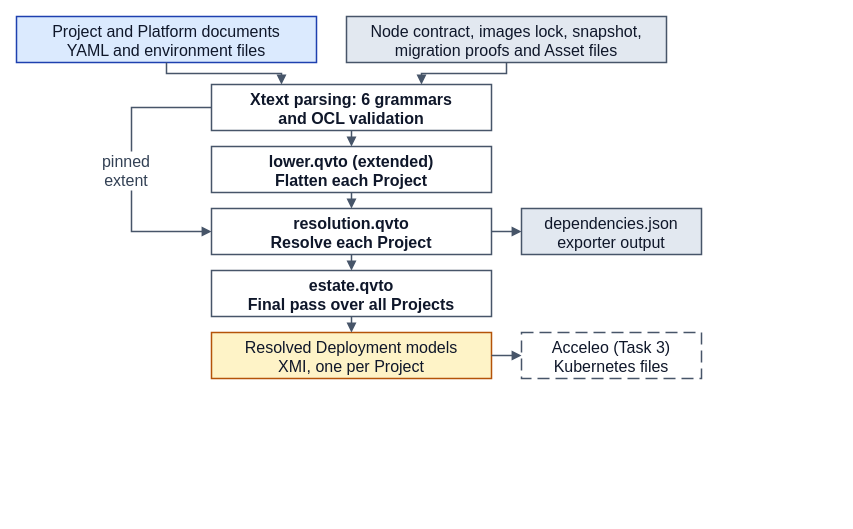
This is docs/mde/task-2-transformations/Figures/pipeline.drawio from JorisJonkers-dev/deploy-kit, a draw.io file, before an edit. Source tidied: cells renumbered, new cells numbered last; positions are measured from the earlier drawing's top-left corner, leaving out a move shared by most shapes. Both pictures are drawn from the tidied source at 100%, with x=0, y=0 at pixel (16, 16).
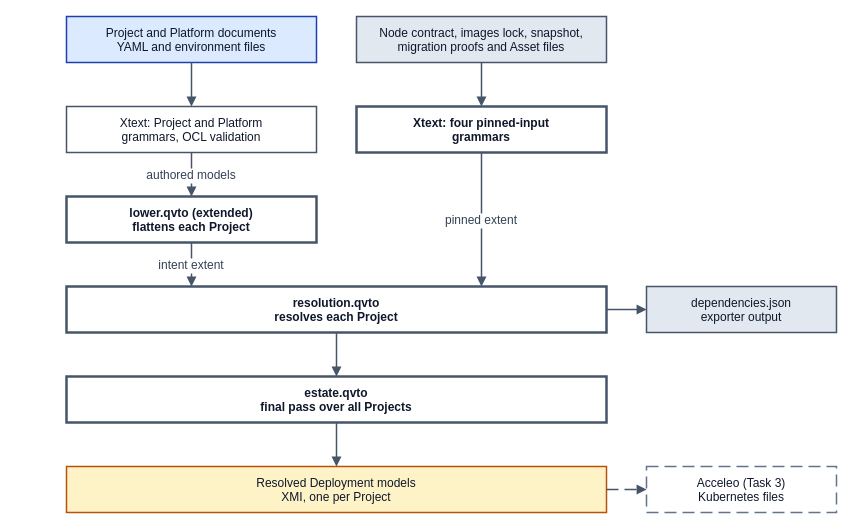
The same page after the edit.

What changed in the source:
```diff
@@
-    <mxCell id="2" value="Project and Platform documents&#10;YAML and environment files" style="rounded=0;whiteSpace=nowrap;html=0;align=center;verticalAlign=middle;fillColor=#dbeafe;strokeColor=#1e40af;strokeWidth=1.5;fontFamily=Helvetica;fontSize=16;fontColor=#0f172a;" parent="1" vertex="1">
-      <mxGeometry width="300" height="46" as="geometry" />
+    <mxCell id="2" value="Project and Platform documents&#10;YAML and environment files" style="rounded=0;whiteSpace=nowrap;html=0;align=center;verticalAlign=middle;fillColor=#dbeafe;strokeColor=#1e40af;strokeWidth=1.5;fontFamily=Helvetica;fontSize=12;fontColor=#0f172a;" parent="1" vertex="1">
+      <mxGeometry x="50" width="250" height="46" as="geometry" />
     </mxCell>
-    <mxCell id="3" value="Node contract, images lock, snapshot,&#10;migration proofs and Asset files" style="rounded=0;whiteSpace=nowrap;html=0;align=center;verticalAlign=middle;fillColor=#e2e8f0;strokeColor=#475569;strokeWidth=1.5;fontFamily=Helvetica;fontSize=16;fontColor=#0f172a;" parent="1" vertex="1">
-      <mxGeometry x="330" width="320" height="46" as="geometry" />
+    <mxCell id="3" value="Node contract, images lock, snapshot,&#10;migration proofs and Asset files" style="rounded=0;whiteSpace=nowrap;html=0;align=center;verticalAlign=middle;fillColor=#e2e8f0;strokeColor=#475569;strokeWidth=1.5;fontFamily=Helvetica;fontSize=12;fontColor=#0f172a;" parent="1" vertex="1">
+      <mxGeometry x="340" width="250" height="46" as="geometry" />
     </mxCell>
-    <mxCell id="4" value="Xtext parsing: 6 grammars&#10;and OCL validation" style="rounded=0;whiteSpace=nowrap;html=0;align=center;verticalAlign=middle;fillColor=#ffffff;strokeColor=#475569;strokeWidth=1.5;fontFamily=Helvetica;fontSize=16;fontColor=#0f172a;fontStyle=1;" parent="1" vertex="1">
-      <mxGeometry x="195" y="68" width="280" height="46" as="geometry" />
-    </mxCell>
+    <mxCell id="20" value="Xtext: Project and Platform&#10;grammars, OCL validation" style="rounded=0;whiteSpace=nowrap;html=0;align=center;verticalAlign=middle;fillColor=#ffffff;strokeColor=#475569;strokeWidth=1.5;fontFamily=Helvetica;fontSize=12;fontColor=#0f172a;" parent="1" vertex="1">
+      <mxGeometry x="50" y="90" width="250" height="46" as="geometry" />
+    </mxCell>
+    <mxCell id="21" value="Xtext: four pinned-input&#10;grammars" style="rounded=0;whiteSpace=nowrap;html=0;align=center;verticalAlign=middle;fillColor=#ffffff;strokeColor=#475569;strokeWidth=1.5;fontFamily=Helvetica;fontSize=12;fontColor=#0f172a;fontStyle=1;strokeWidth=2.5;" parent="1" vertex="1">
+      <mxGeometry x="340" y="90" width="250" height="46" as="geometry" />
+    </mxCell>
-    <mxCell id="5" value="lower.qvto (extended)&#10;Flatten each Project" style="rounded=0;whiteSpace=nowrap;html=0;align=center;verticalAlign=middle;fillColor=#ffffff;strokeColor=#475569;strokeWidth=1.5;fontFamily=Helvetica;fontSize=16;fontColor=#0f172a;fontStyle=1;" parent="1" vertex="1">
-      <mxGeometry x="195" y="130" width="280" height="46" as="geometry" />
+    <mxCell id="5" value="lower.qvto (extended)&#10;flattens each Project" style="rounded=0;whiteSpace=nowrap;html=0;align=center;verticalAlign=middle;fillColor=#ffffff;strokeColor=#475569;strokeWidth=1.5;fontFamily=Helvetica;fontSize=12;fontColor=#0f172a;fontStyle=1;strokeWidth=2.5;" parent="1" vertex="1">
+      <mxGeometry x="50" y="180" width="250" height="46" as="geometry" />
     </mxCell>
-    <mxCell id="6" value="resolution.qvto&#10;Resolve each Project" style="rounded=0;whiteSpace=nowrap;html=0;align=center;verticalAlign=middle;fillColor=#ffffff;strokeColor=#475569;strokeWidth=1.5;fontFamily=Helvetica;fontSize=16;fontColor=#0f172a;fontStyle=1;" parent="1" vertex="1">
-      <mxGeometry x="195" y="192" width="280" height="46" as="geometry" />
-    </mxCell>
+    <mxCell id="22" value="resolution.qvto&#10;resolves each Project" style="rounded=0;whiteSpace=nowrap;html=0;align=center;verticalAlign=middle;fillColor=#ffffff;strokeColor=#475569;strokeWidth=1.5;fontFamily=Helvetica;fontSize=12;fontColor=#0f172a;fontStyle=1;strokeWidth=2.5;" parent="1" vertex="1">
+      <mxGeometry x="50" y="270" width="540" height="46" as="geometry" />
+    </mxCell>
-    <mxCell id="7" value="dependencies.json&#10;exporter output" style="rounded=0;whiteSpace=nowrap;html=0;align=center;verticalAlign=middle;fillColor=#e2e8f0;strokeColor=#475569;strokeWidth=1.5;fontFamily=Helvetica;fontSize=16;fontColor=#0f172a;" parent="1" vertex="1">
-      <mxGeometry x="505" y="192" width="180" height="46" as="geometry" />
+    <mxCell id="7" value="dependencies.json&#10;exporter output" style="rounded=0;whiteSpace=nowrap;html=0;align=center;verticalAlign=middle;fillColor=#e2e8f0;strokeColor=#475569;strokeWidth=1.5;fontFamily=Helvetica;fontSize=12;fontColor=#0f172a;" parent="1" vertex="1">
+      <mxGeometry x="630" y="270" width="190" height="46" as="geometry" />
     </mxCell>
-    <mxCell id="8" value="estate.qvto&#10;Final pass over all Projects" style="rounded=0;whiteSpace=nowrap;html=0;align=center;verticalAlign=middle;fillColor=#ffffff;strokeColor=#475569;strokeWidth=1.5;fontFamily=Helvetica;fontSize=16;fontColor=#0f172a;fontStyle=1;" parent="1" vertex="1">
-      <mxGeometry x="195" y="254" width="280" height="46" as="geometry" />
-    </mxCell>
+    <mxCell id="23" value="estate.qvto&#10;final pass over all Projects" style="rounded=0;whiteSpace=nowrap;html=0;align=center;verticalAlign=middle;fillColor=#ffffff;strokeColor=#475569;strokeWidth=1.5;fontFamily=Helvetica;fontSize=12;fontColor=#0f172a;fontStyle=1;strokeWidth=2.5;" parent="1" vertex="1">
+      <mxGeometry x="50" y="360" width="540" height="46" as="geometry" />
+    </mxCell>
-    <mxCell id="9" value="Resolved Deployment models&#10;XMI, one per Project" style="rounded=0;whiteSpace=nowrap;html=0;align=center;verticalAlign=middle;fillColor=#fef3c7;strokeColor=#b45309;strokeWidth=1.5;fontFamily=Helvetica;fontSize=16;fontColor=#0f172a;" parent="1" vertex="1">
-      <mxGeometry x="195" y="316" width="280" height="46" as="geometry" />
+    <mxCell id="9" value="Resolved Deployment models&#10;XMI, one per Project" style="rounded=0;whiteSpace=nowrap;html=0;align=center;verticalAlign=middle;fillColor=#fef3c7;strokeColor=#b45309;strokeWidth=1.5;fontFamily=Helvetica;fontSize=12;fontColor=#0f172a;" parent="1" vertex="1">
+      <mxGeometry x="50" y="450" width="540" height="46" as="geometry" />
     </mxCell>
-    <mxCell id="10" value="Acceleo (Task 3)&#10;Kubernetes files" style="rounded=0;whiteSpace=nowrap;html=0;align=center;verticalAlign=middle;fillColor=#ffffff;strokeColor=#475569;strokeWidth=1.5;fontFamily=Helvetica;fontSize=16;fontColor=#0f172a;dashed=1;dashPattern=8 4;" parent="1" vertex="1">
-      <mxGeometry x="505" y="316" width="180" height="46" as="geometry" />
+    <mxCell id="10" value="Acceleo (Task 3)&#10;Kubernetes files" style="rounded=0;whiteSpace=nowrap;html=0;align=center;verticalAlign=middle;fillColor=#ffffff;strokeColor=#64748b;strokeWidth=1.5;fontFamily=Helvetica;fontSize=12;fontColor=#0f172a;dashed=1;dashPattern=8 4;" parent="1" vertex="1">
+      <mxGeometry x="630" y="450" width="190" height="46" as="geometry" />
     </mxCell>
-    <mxCell id="11" style="edgeStyle=orthogonalEdgeStyle;rounded=0;html=0;jettySize=auto;strokeColor=#475569;strokeWidth=1.5;fontSize=16;fontFamily=Helvetica;fontColor=#334155;labelBackgroundColor=#ffffff;exitX=0.5;exitY=1;entryX=0.25;entryY=0;endArrow=block;endFill=1;" parent="1" edge="1" source="2" target="4">
-      <mxGeometry relative="1" as="geometry">
-        <Array as="points">
-          <mxPoint x="150" y="57" />
-          <mxPoint x="265" y="57" />
-        </Array>
-      </mxGeometry>
-    </mxCell>
-    <mxCell id="12" style="edgeStyle=orthogonalEdgeStyle;rounded=0;html=0;jettySize=auto;strokeColor=#475569;strokeWidth=1.5;fontSize=16;fontFamily=Helvetica;fontColor=#334155;labelBackgroundColor=#ffffff;exitX=0.5;exitY=1;entryX=0.75;entryY=0;endArrow=block;endFill=1;" parent="1" edge="1" source="3" target="4">
-      <mxGeometry relative="1" as="geometry">
-        <Array as="points">
-          <mxPoint x="490" y="57" />
-          <mxPoint x="405" y="57" />
-        </Array>
-      </mxGeometry>
-    </mxCell>
-    <mxCell id="13" style="edgeStyle=orthogonalEdgeStyle;rounded=0;html=0;jettySize=auto;strokeColor=#475569;strokeWidth=1.5;fontSize=16;fontFamily=Helvetica;fontColor=#334155;labelBackgroundColor=#ffffff;exitX=0.5;exitY=1;entryX=0.5;entryY=0;endArrow=block;endFill=1;" parent="1" edge="1" source="4" target="5">
-      <mxGeometry relative="1" as="geometry" />
-    </mxCell>
-    <mxCell id="14" style="edgeStyle=orthogonalEdgeStyle;rounded=0;html=0;jettySize=auto;strokeColor=#475569;strokeWidth=1.5;fontSize=16;fontFamily=Helvetica;fontColor=#334155;labelBackgroundColor=#ffffff;exitX=0.5;exitY=1;entryX=0.5;entryY=0;endArrow=block;endFill=1;" parent="1" edge="1" source="5" target="6">
-      <mxGeometry relative="1" as="geometry" />
-    </mxCell>
-    <mxCell id="15" style="edgeStyle=orthogonalEdgeStyle;rounded=0;html=0;jettySize=auto;strokeColor=#475569;strokeWidth=1.5;fontSize=16;fontFamily=Helvetica;fontColor=#334155;labelBackgroundColor=#ffffff;exitX=0.5;exitY=1;entryX=0.5;entryY=0;endArrow=block;endFill=1;" parent="1" edge="1" source="6" target="8">
-      <mxGeometry relative="1" as="geometry" />
-    </mxCell>
-    <mxCell id="16" style="edgeStyle=orthogonalEdgeStyle;rounded=0;html=0;jettySize=auto;strokeColor=#475569;strokeWidth=1.5;fontSize=16;fontFamily=Helvetica;fontColor=#334155;labelBackgroundColor=#ffffff;exitX=0.5;exitY=1;entryX=0.5;entryY=0;endArrow=block;endFill=1;" parent="1" edge="1" source="8" target="9">
-      <mxGeometry relative="1" as="geometry" />
-    </mxCell>
+    <mxCell id="24" style="edgeStyle=orthogonalEdgeStyle;rounded=0;html=0;jettySize=auto;endArrow=block;endFill=1;strokeColor=#475569;strokeWidth=1.5;fontSize=12;fontFamily=Helvetica;fontColor=#334155;labelBackgroundColor=#ffffff;exitX=0.5;exitY=1;exitDx=0;exitDy=0;entryX=0.5;entryY=0;entryDx=0;entryDy=0;" parent="1" edge="1" source="2" target="20">
+      <mxGeometry relative="1" as="geometry" />
+    </mxCell>
+    <mxCell id="25" style="edgeStyle=orthogonalEdgeStyle;rounded=0;html=0;jettySize=auto;endArrow=block;endFill=1;strokeColor=#475569;strokeWidth=1.5;fontSize=12;fontFamily=Helvetica;fontColor=#334155;labelBackgroundColor=#ffffff;exitX=0.5;exitY=1;exitDx=0;exitDy=0;entryX=0.5;entryY=0;entryDx=0;entryDy=0;" parent="1" edge="1" source="3" target="21">
+      <mxGeometry relative="1" as="geometry" />
+    </mxCell>
+    <mxCell id="26" value="authored models" style="edgeStyle=orthogonalEdgeStyle;rounded=0;html=0;jettySize=auto;endArrow=block;endFill=1;strokeColor=#475569;strokeWidth=1.5;fontSize=12;fontFamily=Helvetica;fontColor=#334155;labelBackgroundColor=#ffffff;exitX=0.5;exitY=1;exitDx=0;exitDy=0;entryX=0.5;entryY=0;entryDx=0;entryDy=0;" parent="1" edge="1" source="20" target="5">
+      <mxGeometry relative="1" as="geometry" />
+    </mxCell>
+    <mxCell id="27" value="intent extent" style="edgeStyle=orthogonalEdgeStyle;rounded=0;html=0;jettySize=auto;endArrow=block;endFill=1;strokeColor=#475569;strokeWidth=1.5;fontSize=12;fontFamily=Helvetica;fontColor=#334155;labelBackgroundColor=#ffffff;exitX=0.5;exitY=1;exitDx=0;exitDy=0;entryX=0.23148148148148148;entryY=0;entryDx=0;entryDy=0;" parent="1" edge="1" source="5" target="22">
+      <mxGeometry relative="1" as="geometry" />
+    </mxCell>
-    <mxCell id="17" value="pinned&#10;extent" style="edgeStyle=orthogonalEdgeStyle;rounded=0;html=0;jettySize=auto;strokeColor=#475569;strokeWidth=1.5;fontSize=16;fontFamily=Helvetica;fontColor=#334155;labelBackgroundColor=#ffffff;exitX=0;exitY=0.5;entryX=0;entryY=0.5;endArrow=block;endFill=1;" parent="1" edge="1" source="4" target="6">
-      <mxGeometry relative="1" as="geometry">
-        <Array as="points">
-          <mxPoint x="115" y="91" />
-          <mxPoint x="115" y="215" />
-        </Array>
-        <mxPoint x="-5" as="offset" />
-      </mxGeometry>
+    <mxCell id="17" value="pinned extent" style="edgeStyle=orthogonalEdgeStyle;rounded=0;html=0;jettySize=auto;endArrow=block;endFill=1;strokeColor=#475569;strokeWidth=1.5;fontSize=12;fontFamily=Helvetica;fontColor=#334155;labelBackgroundColor=#ffffff;exitX=0.5;exitY=1;exitDx=0;exitDy=0;entryX=0.7685185185185185;entryY=0;entryDx=0;entryDy=0;" parent="1" edge="1" source="21" target="22">
+      <mxGeometry relative="1" as="geometry" />
     </mxCell>
-    <mxCell id="18" style="edgeStyle=orthogonalEdgeStyle;rounded=0;html=0;jettySize=auto;strokeColor=#475569;strokeWidth=1.5;fontSize=16;fontFamily=Helvetica;fontColor=#334155;labelBackgroundColor=#ffffff;exitX=1;exitY=0.5;entryX=0;entryY=0.5;endArrow=block;endFill=1;" parent="1" edge="1" source="6" target="7">
-      <mxGeometry relative="1" as="geometry" />
-    </mxCell>
+    <mxCell id="28" style="edgeStyle=orthogonalEdgeStyle;rounded=0;html=0;jettySize=auto;endArrow=block;endFill=1;strokeColor=#475569;strokeWidth=1.5;fontSize=12;fontFamily=Helvetica;fontColor=#334155;labelBackgroundColor=#ffffff;exitX=1;exitY=0.5;exitDx=0;exitDy=0;entryX=0;entryY=0.5;entryDx=0;entryDy=0;" parent="1" edge="1" source="22" target="7">
+      <mxGeometry relative="1" as="geometry" />
+    </mxCell>
+    <mxCell id="29" style="edgeStyle=orthogonalEdgeStyle;rounded=0;html=0;jettySize=auto;endArrow=block;endFill=1;strokeColor=#475569;strokeWidth=1.5;fontSize=12;fontFamily=Helvetica;fontColor=#334155;labelBackgroundColor=#ffffff;exitX=0.5;exitY=1;exitDx=0;exitDy=0;entryX=0.5;entryY=0;entryDx=0;entryDy=0;" parent="1" edge="1" source="22" target="23">
+      <mxGeometry relative="1" as="geometry" />
+    </mxCell>
+    <mxCell id="30" style="edgeStyle=orthogonalEdgeStyle;rounded=0;html=0;jettySize=auto;endArrow=block;endFill=1;strokeColor=#475569;strokeWidth=1.5;fontSize=12;fontFamily=Helvetica;fontColor=#334155;labelBackgroundColor=#ffffff;exitX=0.5;exitY=1;exitDx=0;exitDy=0;entryX=0.5;entryY=0;entryDx=0;entryDy=0;" parent="1" edge="1" source="23" target="9">
+      <mxGeometry relative="1" as="geometry" />
+    </mxCell>
-    <mxCell id="19" style="edgeStyle=orthogonalEdgeStyle;rounded=0;html=0;jettySize=auto;strokeColor=#475569;strokeWidth=1.5;fontSize=16;fontFamily=Helvetica;fontColor=#334155;labelBackgroundColor=#ffffff;exitX=1;exitY=0.5;entryX=0;entryY=0.5;endArrow=block;endFill=1;" parent="1" edge="1" source="9" target="10">
+    <mxCell id="19" style="edgeStyle=orthogonalEdgeStyle;rounded=0;html=0;jettySize=auto;endArrow=block;endFill=1;strokeColor=#475569;strokeWidth=1.5;fontSize=12;fontFamily=Helvetica;fontColor=#334155;labelBackgroundColor=#ffffff;dashed=1;dashPattern=8 4;exitX=1;exitY=0.5;exitDx=0;exitDy=0;entryX=0;entryY=0.5;entryDx=0;entryDy=0;" parent="1" edge="1" source="9" target="10">
       <mxGeometry relative="1" as="geometry" />
     </mxCell>
```
